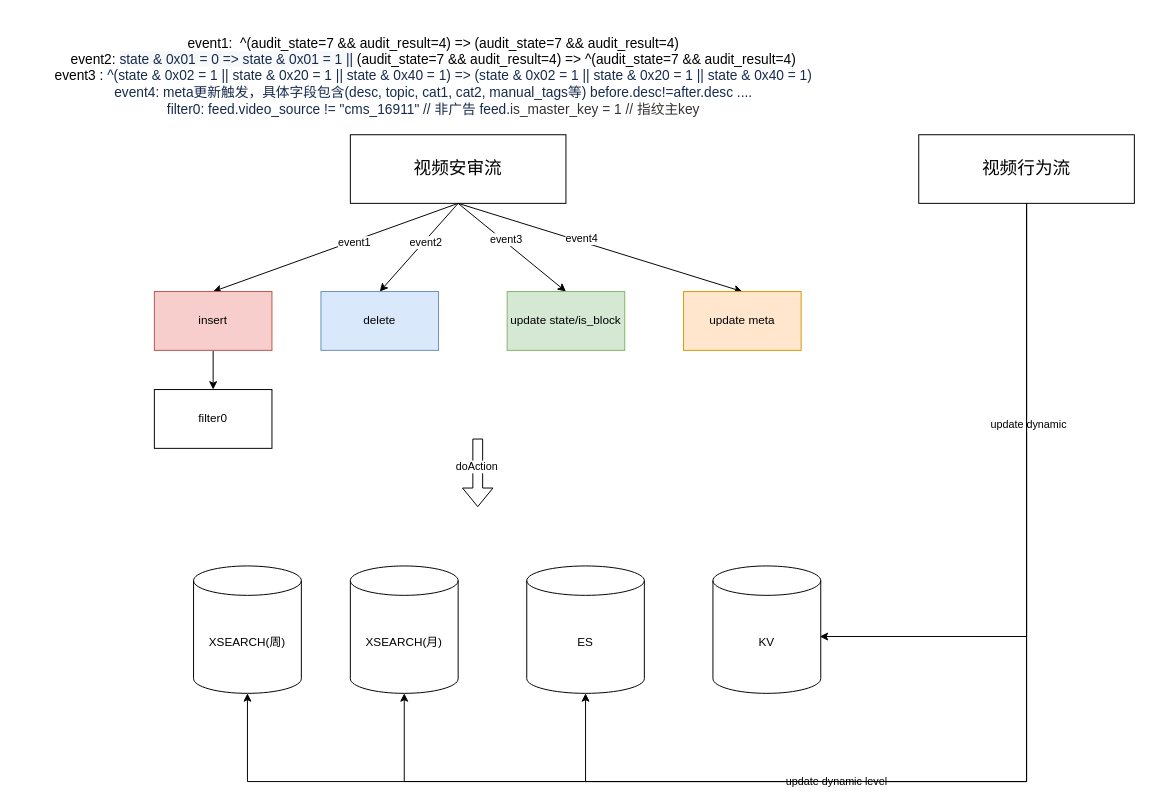
learn2Pro/draw_io_save keeps this draw.io diagram as search_flow.drawio. Above is the earlier version. Source tidied: cells renumbered, new cells numbered last; positions are measured from the earlier drawing's top-left corner, leaving out a move shared by most shapes. Both pictures are drawn from the tidied source at 98%, with x=0, y=0 at pixel (17, 17).
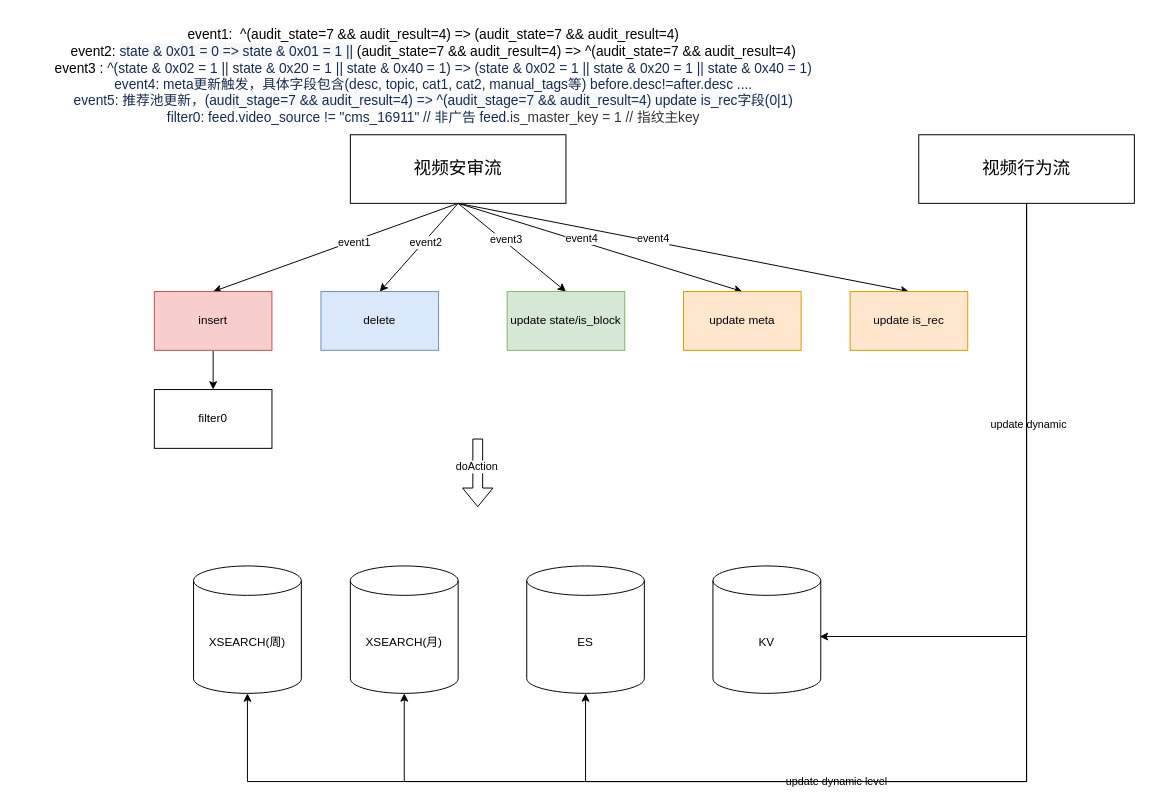
Above is the later version.

Unchanged cells that the change refers to:
```xml
<mxCell id="2" value="&lt;font style=&quot;font-size: 18px&quot;&gt;视频安审流&lt;/font&gt;" style="rounded=0;whiteSpace=wrap;html=1;" parent="1" vertex="1">
  <mxGeometry x="340" y="120" width="220" height="70" as="geometry" />
</mxCell>
```

The edit, as a diff of the source:
```diff
@@
-    <mxCell id="14" value="&lt;font style=&quot;font-size: 14px&quot;&gt;event1:&amp;nbsp; ^(audit_state=7 &amp;amp;&amp;amp; audit_result=4) =&amp;gt; (audit_state=7 &amp;amp;&amp;amp; audit_result=4)&lt;br&gt;event2:&amp;nbsp;&lt;span style=&quot;color: rgb(23 , 43 , 77) ; text-align: left ; background-color: rgb(246 , 248 , 250)&quot;&gt;state &amp;amp; 0x01 = 0 =&amp;gt; state &amp;amp; 0x01 = 1 ||&amp;nbsp;&lt;/span&gt;(audit_state=7 &amp;amp;&amp;amp; audit_result=4) =&amp;gt; ^(audit_state=7 &amp;amp;&amp;amp; audit_result=4)&lt;br&gt;event3 :&amp;nbsp;&lt;span style=&quot;background-color: rgb(255 , 255 , 255) ; color: rgb(23 , 43 , 77) ; font-family: , , &amp;#34;segoe ui&amp;#34; , &amp;#34;roboto&amp;#34; , &amp;#34;oxygen&amp;#34; , &amp;#34;ubuntu&amp;#34; , &amp;#34;fira sans&amp;#34; , &amp;#34;droid sans&amp;#34; , &amp;#34;helvetica neue&amp;#34; , sans-serif ; text-align: left&quot;&gt;^(state &amp;amp; 0x02 = 1 || state &amp;amp; 0x20 = 1 || state &amp;amp; 0x40 = 1) =&amp;gt;&amp;nbsp;&lt;/span&gt;&lt;span style=&quot;background-color: rgb(255 , 255 , 255) ; color: rgb(23 , 43 , 77) ; font-family: , , &amp;#34;segoe ui&amp;#34; , &amp;#34;roboto&amp;#34; , &amp;#34;oxygen&amp;#34; , &amp;#34;ubuntu&amp;#34; , &amp;#34;fira sans&amp;#34; , &amp;#34;droid sans&amp;#34; , &amp;#34;helvetica neue&amp;#34; , sans-serif ; text-align: left&quot;&gt;(state &amp;amp; 0x02 = 1 || state &amp;amp; 0x20 = 1 || state &amp;amp; 0x40 = 1)&lt;br&gt;&lt;/span&gt;&lt;span style=&quot;background-color: rgb(255 , 255 , 255) ; color: rgb(23 , 43 , 77) ; font-family: , , &amp;#34;segoe ui&amp;#34; , &amp;#34;roboto&amp;#34; , &amp;#34;oxygen&amp;#34; , &amp;#34;ubuntu&amp;#34; , &amp;#34;fira sans&amp;#34; , &amp;#34;droid sans&amp;#34; , &amp;#34;helvetica neue&amp;#34; , sans-serif ; text-align: left&quot;&gt;event4: meta更新触发，具体字段包含(&lt;/span&gt;&lt;span style=&quot;color: rgb(23 , 43 , 77) ; font-family: , , &amp;#34;segoe ui&amp;#34; , &amp;#34;roboto&amp;#34; , &amp;#34;oxygen&amp;#34; , &amp;#34;ubuntu&amp;#34; , &amp;#34;fira sans&amp;#34; , &amp;#34;droid sans&amp;#34; , &amp;#34;helvetica neue&amp;#34; , sans-serif ; background-color: rgb(255 , 255 , 255)&quot;&gt;desc, topic, cat1, cat2, manual_tags&lt;/span&gt;&lt;span style=&quot;background-color: rgb(255 , 255 , 255) ; color: rgb(23 , 43 , 77) ; font-family: , , &amp;#34;segoe ui&amp;#34; , &amp;#34;roboto&amp;#34; , &amp;#34;oxygen&amp;#34; , &amp;#34;ubuntu&amp;#34; , &amp;#34;fira sans&amp;#34; , &amp;#34;droid sans&amp;#34; , &amp;#34;helvetica neue&amp;#34; , sans-serif ; text-align: left&quot;&gt;等) before.desc!=after.desc ....&lt;br&gt;filter0:&amp;nbsp;&lt;/span&gt;&lt;span style=&quot;background-color: rgb(255 , 255 , 255) ; color: rgb(23 , 43 , 77) ; font-family: , , &amp;#34;segoe ui&amp;#34; , &amp;#34;roboto&amp;#34; , &amp;#34;oxygen&amp;#34; , &amp;#34;ubuntu&amp;#34; , &amp;#34;fira sans&amp;#34; , &amp;#34;droid sans&amp;#34; , &amp;#34;helvetica neue&amp;#34; , sans-serif ; text-align: left&quot;&gt;feed.video_source&amp;nbsp;!= &quot;cms_16911&quot;&amp;nbsp;// 非广告&amp;nbsp;&lt;/span&gt;&lt;span style=&quot;background-color: rgb(255 , 255 , 255) ; color: rgb(23 , 43 , 77) ; font-family: , , &amp;#34;segoe ui&amp;#34; , &amp;#34;roboto&amp;#34; , &amp;#34;oxygen&amp;#34; , &amp;#34;ubuntu&amp;#34; , &amp;#34;fira sans&amp;#34; , &amp;#34;droid sans&amp;#34; , &amp;#34;helvetica neue&amp;#34; , sans-serif ; text-align: left&quot;&gt;feed.&lt;/span&gt;&lt;span style=&quot;font-family: , , &amp;#34;segoe ui&amp;#34; , &amp;#34;roboto&amp;#34; , &amp;#34;oxygen&amp;#34; , &amp;#34;ubuntu&amp;#34; , &amp;#34;fira sans&amp;#34; , &amp;#34;droid sans&amp;#34; , &amp;#34;helvetica neue&amp;#34; , sans-serif ; text-align: left ; margin: 0px ; color: rgb(51 , 51 , 51)&quot;&gt;is_master_key = 1&amp;nbsp;// 指纹主key&lt;/span&gt;&lt;span style=&quot;background-color: rgb(255 , 255 , 255) ; color: rgb(23 , 43 , 77) ; font-family: , , &amp;#34;segoe ui&amp;#34; , &amp;#34;roboto&amp;#34; , &amp;#34;oxygen&amp;#34; , &amp;#34;ubuntu&amp;#34; , &amp;#34;fira sans&amp;#34; , &amp;#34;droid sans&amp;#34; , &amp;#34;helvetica neue&amp;#34; , sans-serif ; text-align: left&quot;&gt;&lt;br&gt;&lt;/span&gt;&lt;/font&gt;" style="text;html=1;strokeColor=none;fillColor=none;align=center;verticalAlign=middle;whiteSpace=wrap;rounded=0;" parent="1" vertex="1">
+    <mxCell id="14" value="&lt;font style=&quot;font-size: 14px&quot;&gt;event1:&amp;nbsp; ^(audit_state=7 &amp;amp;&amp;amp; audit_result=4) =&amp;gt; (audit_state=7 &amp;amp;&amp;amp; audit_result=4)&lt;br&gt;event2:&amp;nbsp;&lt;span style=&quot;color: rgb(23 , 43 , 77) ; text-align: left ; background-color: rgb(246 , 248 , 250)&quot;&gt;state &amp;amp; 0x01 = 0 =&amp;gt; state &amp;amp; 0x01 = 1 ||&amp;nbsp;&lt;/span&gt;(audit_state=7 &amp;amp;&amp;amp; audit_result=4) =&amp;gt; ^(audit_state=7 &amp;amp;&amp;amp; audit_result=4)&lt;br&gt;event3 :&amp;nbsp;&lt;span style=&quot;background-color: rgb(255 , 255 , 255) ; color: rgb(23 , 43 , 77) ; font-family: , , &amp;#34;segoe ui&amp;#34; , &amp;#34;roboto&amp;#34; , &amp;#34;oxygen&amp;#34; , &amp;#34;ubuntu&amp;#34; , &amp;#34;fira sans&amp;#34; , &amp;#34;droid sans&amp;#34; , &amp;#34;helvetica neue&amp;#34; , sans-serif ; text-align: left&quot;&gt;^(state &amp;amp; 0x02 = 1 || state &amp;amp; 0x20 = 1 || state &amp;amp; 0x40 = 1) =&amp;gt;&amp;nbsp;&lt;/span&gt;&lt;span style=&quot;background-color: rgb(255 , 255 , 255) ; color: rgb(23 , 43 , 77) ; font-family: , , &amp;#34;segoe ui&amp;#34; , &amp;#34;roboto&amp;#34; , &amp;#34;oxygen&amp;#34; , &amp;#34;ubuntu&amp;#34; , &amp;#34;fira sans&amp;#34; , &amp;#34;droid sans&amp;#34; , &amp;#34;helvetica neue&amp;#34; , sans-serif ; text-align: left&quot;&gt;(state &amp;amp; 0x02 = 1 || state &amp;amp; 0x20 = 1 || state &amp;amp; 0x40 = 1)&lt;br&gt;&lt;/span&gt;&lt;span style=&quot;background-color: rgb(255 , 255 , 255) ; color: rgb(23 , 43 , 77) ; font-family: , , &amp;#34;segoe ui&amp;#34; , &amp;#34;roboto&amp;#34; , &amp;#34;oxygen&amp;#34; , &amp;#34;ubuntu&amp;#34; , &amp;#34;fira sans&amp;#34; , &amp;#34;droid sans&amp;#34; , &amp;#34;helvetica neue&amp;#34; , sans-serif ; text-align: left&quot;&gt;event4: meta更新触发，具体字段包含(&lt;/span&gt;&lt;span style=&quot;color: rgb(23 , 43 , 77) ; font-family: , , &amp;#34;segoe ui&amp;#34; , &amp;#34;roboto&amp;#34; , &amp;#34;oxygen&amp;#34; , &amp;#34;ubuntu&amp;#34; , &amp;#34;fira sans&amp;#34; , &amp;#34;droid sans&amp;#34; , &amp;#34;helvetica neue&amp;#34; , sans-serif ; background-color: rgb(255 , 255 , 255)&quot;&gt;desc, topic, cat1, cat2, manual_tags&lt;/span&gt;&lt;span style=&quot;background-color: rgb(255 , 255 , 255) ; color: rgb(23 , 43 , 77) ; font-family: , , &amp;#34;segoe ui&amp;#34; , &amp;#34;roboto&amp;#34; , &amp;#34;oxygen&amp;#34; , &amp;#34;ubuntu&amp;#34; , &amp;#34;fira sans&amp;#34; , &amp;#34;droid sans&amp;#34; , &amp;#34;helvetica neue&amp;#34; , sans-serif ; text-align: left&quot;&gt;等) before.desc!=after.desc ....&lt;br&gt;&lt;/span&gt;&lt;span style=&quot;background-color: rgb(255 , 255 , 255) ; color: rgb(23 , 43 , 77) ; text-align: left&quot;&gt;event5: 推荐池更新，&lt;/span&gt;&lt;span style=&quot;color: rgb(23 , 43 , 77) ; font-family: , , &amp;#34;segoe ui&amp;#34; , &amp;#34;roboto&amp;#34; , &amp;#34;oxygen&amp;#34; , &amp;#34;ubuntu&amp;#34; , &amp;#34;fira sans&amp;#34; , &amp;#34;droid sans&amp;#34; , &amp;#34;helvetica neue&amp;#34; , sans-serif ; text-align: left ; background-color: rgb(246 , 248 , 250)&quot;&gt;(audit_stage=7 &amp;amp;&amp;amp; audit_result=4) =&amp;gt; ^(audit_stage=7 &amp;amp;&amp;amp; audit_result=4) update is_rec字段(0|1)&lt;/span&gt;&lt;span style=&quot;background-color: rgb(255 , 255 , 255) ; color: rgb(23 , 43 , 77) ; font-family: , , &amp;#34;segoe ui&amp;#34; , &amp;#34;roboto&amp;#34; , &amp;#34;oxygen&amp;#34; , &amp;#34;ubuntu&amp;#34; , &amp;#34;fira sans&amp;#34; , &amp;#34;droid sans&amp;#34; , &amp;#34;helvetica neue&amp;#34; , sans-serif ; text-align: left&quot;&gt;&lt;br&gt;filter0:&amp;nbsp;&lt;/span&gt;&lt;span style=&quot;background-color: rgb(255 , 255 , 255) ; color: rgb(23 , 43 , 77) ; font-family: , , &amp;#34;segoe ui&amp;#34; , &amp;#34;roboto&amp;#34; , &amp;#34;oxygen&amp;#34; , &amp;#34;ubuntu&amp;#34; , &amp;#34;fira sans&amp;#34; , &amp;#34;droid sans&amp;#34; , &amp;#34;helvetica neue&amp;#34; , sans-serif ; text-align: left&quot;&gt;feed.video_source&amp;nbsp;!= &quot;cms_16911&quot;&amp;nbsp;// 非广告&amp;nbsp;&lt;/span&gt;&lt;span style=&quot;background-color: rgb(255 , 255 , 255) ; color: rgb(23 , 43 , 77) ; font-family: , , &amp;#34;segoe ui&amp;#34; , &amp;#34;roboto&amp;#34; , &amp;#34;oxygen&amp;#34; , &amp;#34;ubuntu&amp;#34; , &amp;#34;fira sans&amp;#34; , &amp;#34;droid sans&amp;#34; , &amp;#34;helvetica neue&amp;#34; , sans-serif ; text-align: left&quot;&gt;feed.&lt;/span&gt;&lt;span style=&quot;font-family: , , &amp;#34;segoe ui&amp;#34; , &amp;#34;roboto&amp;#34; , &amp;#34;oxygen&amp;#34; , &amp;#34;ubuntu&amp;#34; , &amp;#34;fira sans&amp;#34; , &amp;#34;droid sans&amp;#34; , &amp;#34;helvetica neue&amp;#34; , sans-serif ; text-align: left ; margin: 0px ; color: rgb(51 , 51 , 51)&quot;&gt;is_master_key = 1&amp;nbsp;// 指纹主key&lt;/span&gt;&lt;span style=&quot;background-color: rgb(255 , 255 , 255) ; color: rgb(23 , 43 , 77) ; font-family: , , &amp;#34;segoe ui&amp;#34; , &amp;#34;roboto&amp;#34; , &amp;#34;oxygen&amp;#34; , &amp;#34;ubuntu&amp;#34; , &amp;#34;fira sans&amp;#34; , &amp;#34;droid sans&amp;#34; , &amp;#34;helvetica neue&amp;#34; , sans-serif ; text-align: left&quot;&gt;&lt;br&gt;&lt;/span&gt;&lt;/font&gt;" style="text;html=1;strokeColor=none;fillColor=none;align=center;verticalAlign=middle;whiteSpace=wrap;rounded=0;" parent="1" vertex="1">
       <mxGeometry width="850" height="120" as="geometry" />
     </mxCell>
@@
+    <mxCell id="31" style="endArrow=classic;html=1;exitX=0.5;exitY=1;exitDx=0;exitDy=0;entryX=0.5;entryY=0;entryDx=0;entryDy=0;" parent="1" edge="1" source="2" target="33">
+      <mxGeometry relative="1" as="geometry" />
+    </mxCell>
+    <mxCell id="32" value="event4" style="edgeLabel;html=1;align=center;verticalAlign=middle;" parent="31" vertex="1">
+      <mxGeometry x="-0.14" y="2" relative="1" as="geometry">
+        <mxPoint y="-1" as="offset" />
+      </mxGeometry>
+    </mxCell>
+    <mxCell id="33" value="update is_rec" style="rounded=0;whiteSpace=wrap;html=1;fillColor=#ffe6cc;strokeColor=#d79b00;" parent="1" vertex="1">
+      <mxGeometry x="850" y="280" width="120" height="60" as="geometry" />
+    </mxCell>
```
